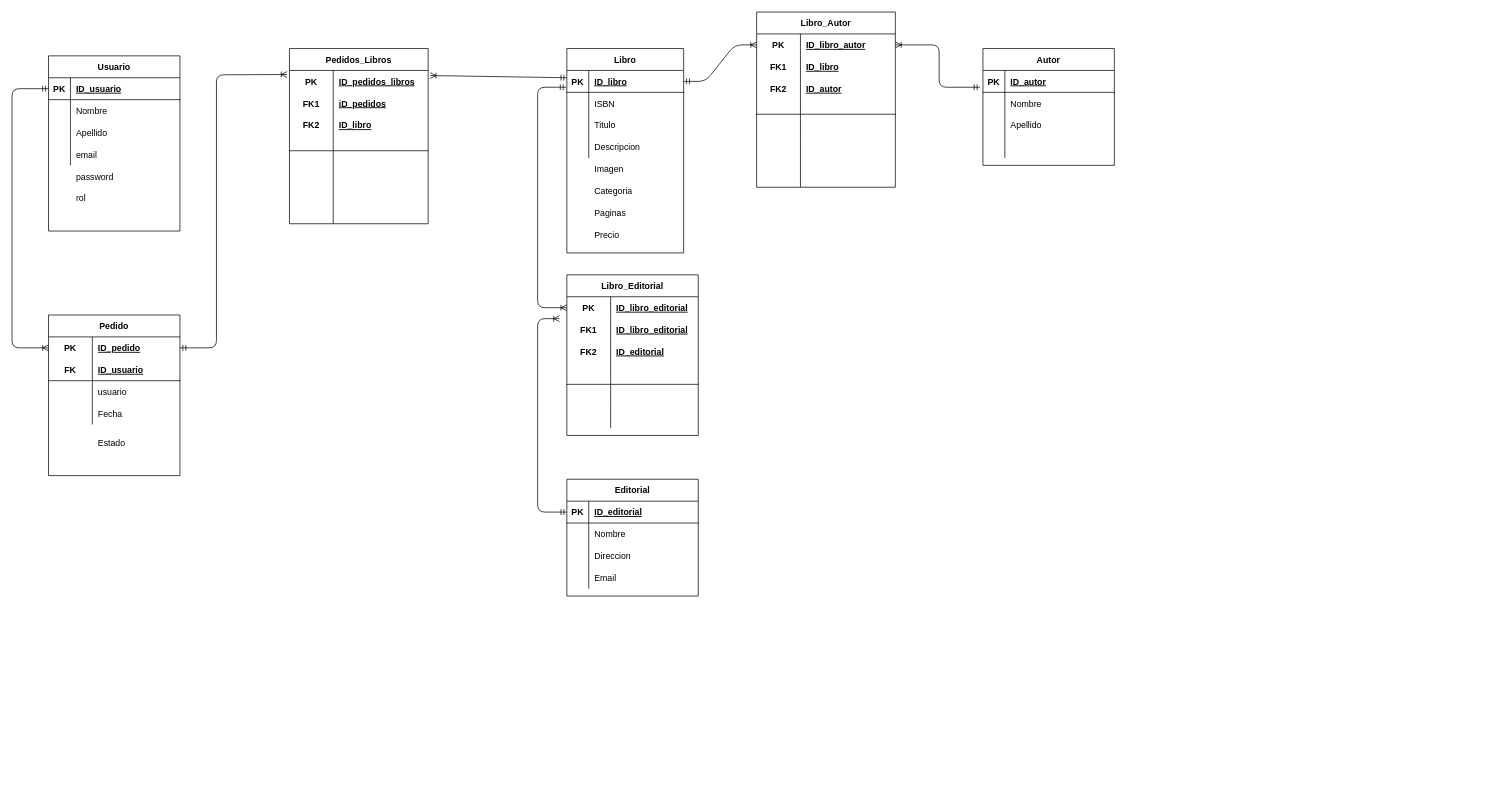
Earlier version of the draw.io diagram test.drawio (matiaspereyra123/libreria-osias). Source tidied: cells renumbered, new cells numbered last; positions are measured from the earlier drawing's top-left corner, leaving out a move shared by most shapes. Both pictures are drawn from the tidied source at 73%, with x=0, y=0 at pixel (12, 12).
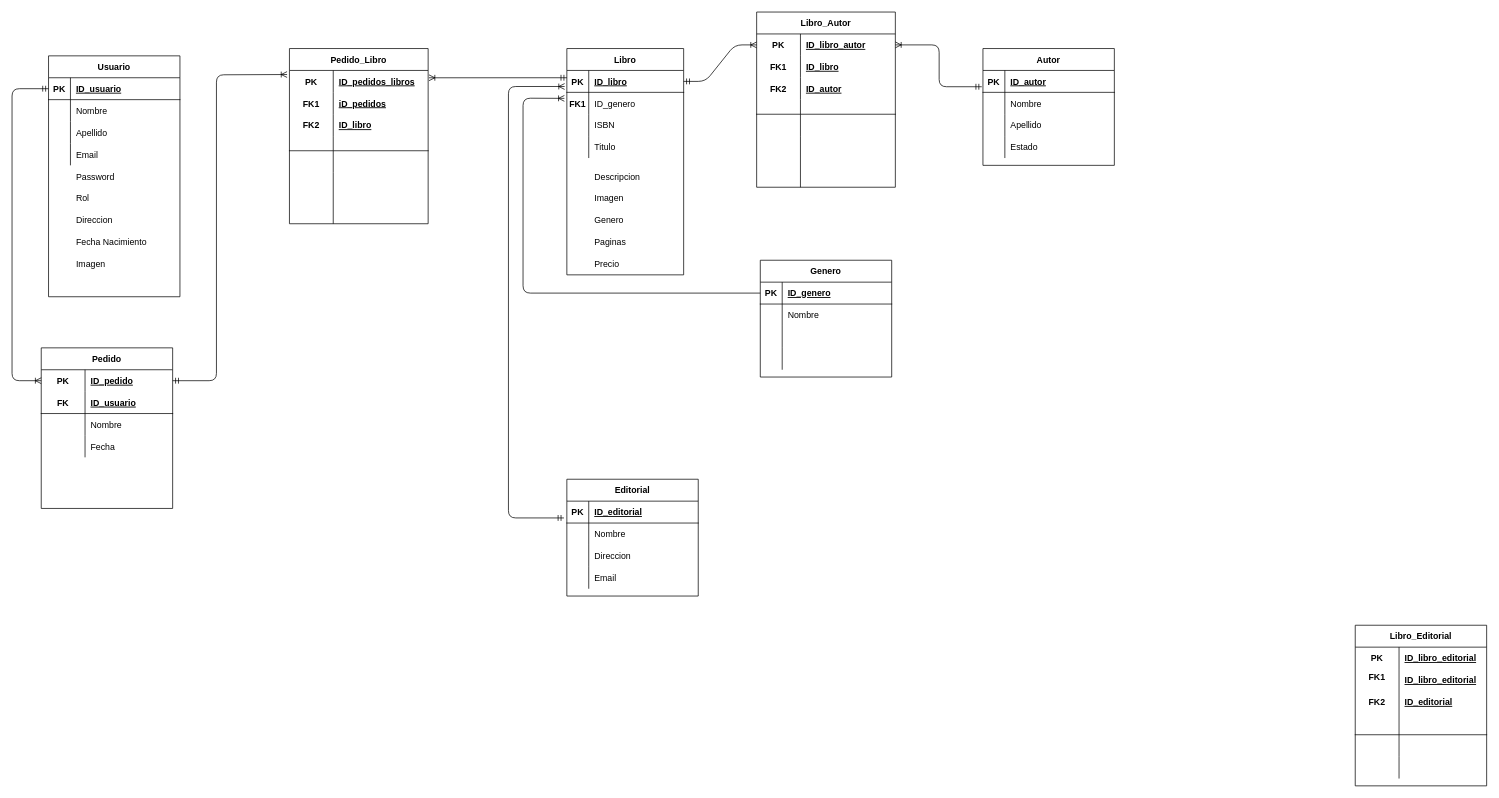
Above is the later version.

Commit message:
diagrama entidad relacion

The change refers to these unchanged cells:
```xml
<mxCell id="3" style="shape=partialRectangle;fillColor=none;top=0;left=0;bottom=1;right=0;points=[[0,0.5],[1,0.5]];portConstraint=eastwest;" parent="2" vertex="1">
  <mxGeometry y="30" width="160" height="30" as="geometry" />
</mxCell>
<mxCell id="6" style="shape=partialRectangle;fillColor=none;top=0;left=0;bottom=0;right=0;points=[[0,0.5],[1,0.5]];portConstraint=eastwest;" parent="2" vertex="1">
  <mxGeometry y="60" width="160" height="30" as="geometry" />
</mxCell>
<mxCell id="9" style="shape=partialRectangle;fillColor=none;top=0;left=0;bottom=0;right=0;" parent="2" vertex="1">
  <mxGeometry y="90" width="160" height="30" as="geometry" />
</mxCell>
<mxCell id="12" style="shape=partialRectangle;fillColor=none;top=0;left=0;bottom=0;right=0;" parent="2" vertex="1">
  <mxGeometry y="120" width="160" height="30" as="geometry" />
</mxCell>
<mxCell id="16" style="shape=partialRectangle;fillColor=none;top=0;left=0;bottom=1;right=0;points=[[0,0.5],[1,0.5]];portConstraint=eastwest;" parent="15" vertex="1">
  <mxGeometry y="30" width="180" height="30" as="geometry" />
</mxCell>
<mxCell id="25" style="shape=partialRectangle;fillColor=none;top=0;left=0;bottom=0;right=0;" parent="15" vertex="1">
  <mxGeometry y="120" width="180" height="30" as="geometry" />
</mxCell>
<mxCell id="29" style="shape=partialRectangle;fillColor=none;top=0;left=0;bottom=0;right=0;points=[[0,0.5],[1,0.5]];portConstraint=eastwest;" parent="28" vertex="1">
  <mxGeometry y="30" width="190" height="30" as="geometry" />
</mxCell>
<mxCell id="52" style="shape=partialRectangle;fillColor=none;top=0;left=0;bottom=1;right=0;points=[[0,0.5],[1,0.5]];portConstraint=eastwest;" parent="51" vertex="1">
  <mxGeometry y="30" width="180" height="30" as="geometry" />
</mxCell>
<mxCell id="66" style="shape=partialRectangle;fillColor=none;top=0;left=0;bottom=0;right=0;points=[[0,0.5],[1,0.5]];portConstraint=eastwest;" parent="65" vertex="1">
  <mxGeometry y="30" width="180" height="30" as="geometry" />
</mxCell>
<mxCell id="83" style="shape=partialRectangle;fillColor=none;top=0;left=0;bottom=1;right=0;points=[[0,0.5],[1,0.5]];portConstraint=eastwest;" parent="82" vertex="1">
  <mxGeometry y="30" width="180" height="30" as="geometry" />
</mxCell>
<mxCell id="92" style="shape=partialRectangle;fillColor=none;top=0;left=0;bottom=0;right=0;" parent="82" vertex="1">
  <mxGeometry y="120" width="180" height="30" as="geometry" />
</mxCell>
<mxCell id="95" style="shape=partialRectangle;fillColor=none;top=0;left=0;bottom=0;right=0;" parent="1" vertex="1">
  <mxGeometry x="50" y="210" width="180" height="30" as="geometry" />
</mxCell>
<mxCell id="98" style="shape=partialRectangle;fillColor=none;top=0;left=0;bottom=0;right=0;" parent="1" vertex="1">
  <mxGeometry x="50" y="240" width="180" height="30" as="geometry" />
</mxCell>
<mxCell id="102" style="shape=partialRectangle;fillColor=none;top=0;left=0;bottom=0;right=0;points=[[0,0.5],[1,0.5]];portConstraint=eastwest;" parent="101" vertex="1">
  <mxGeometry y="30" width="180" height="30" as="geometry" />
</mxCell>
<mxCell id="108" style="shape=partialRectangle;fillColor=none;top=0;left=0;bottom=0;right=0;" parent="101" vertex="1">
  <mxGeometry y="90" width="180" height="30" as="geometry" />
</mxCell>
<mxCell id="118" style="shape=partialRectangle;fillColor=none;top=0;left=0;bottom=0;right=0;points=[[0,0.5],[1,0.5]];portConstraint=eastwest;" parent="117" vertex="1">
  <mxGeometry y="30" width="190" height="30" as="geometry" />
</mxCell>
```

What changed in the source:
```diff
@@
     <mxCell id="2" value="Libro" style="shape=table;startSize=30;childLayout=tableLayout;rowLines=0;fontStyle=1;align=center;" parent="1" vertex="1">
-      <mxGeometry x="760" y="50" width="160" height="280" as="geometry" />
+      <mxGeometry x="760" y="50" width="160" height="310" as="geometry" />
     </mxCell>
@@
-    <mxCell id="8" value="ISBN" style="shape=partialRectangle;fillColor=none;top=0;left=0;bottom=0;right=0;align=left;spacingLeft=6;overflow=hidden;" parent="6" vertex="1">
+    <mxCell id="8" value="ID_genero" style="shape=partialRectangle;fillColor=none;top=0;left=0;bottom=0;right=0;align=left;spacingLeft=6;overflow=hidden;" parent="6" vertex="1">
       <mxGeometry x="30" width="130" height="30" as="geometry" />
     </mxCell>
@@
-    <mxCell id="11" value="Titulo" style="shape=partialRectangle;fillColor=none;top=0;left=0;bottom=0;right=0;align=left;spacingLeft=6;overflow=hidden;" parent="9" vertex="1">
+    <mxCell id="11" value="ISBN" style="shape=partialRectangle;fillColor=none;top=0;left=0;bottom=0;right=0;align=left;spacingLeft=6;overflow=hidden;" parent="9" vertex="1">
       <mxGeometry x="30" width="130" height="30" as="geometry" />
     </mxCell>
@@
-    <mxCell id="14" value="Descripcion" style="shape=partialRectangle;fillColor=none;top=0;left=0;bottom=0;right=0;align=left;spacingLeft=6;overflow=hidden;" parent="12" vertex="1">
+    <mxCell id="14" value="Titulo" style="shape=partialRectangle;fillColor=none;top=0;left=0;bottom=0;right=0;align=left;spacingLeft=6;overflow=hidden;" parent="12" vertex="1">
       <mxGeometry x="30" width="130" height="30" as="geometry" />
     </mxCell>
@@
-    <mxCell id="27" style="shape=partialRectangle;fillColor=none;top=0;left=0;bottom=0;right=0;align=left;spacingLeft=6;overflow=hidden;" parent="25" vertex="1">
+    <mxCell id="27" value="Estado" style="shape=partialRectangle;fillColor=none;top=0;left=0;bottom=0;right=0;align=left;spacingLeft=6;overflow=hidden;" parent="25" vertex="1">
       <mxGeometry x="30" width="150" height="30" as="geometry" />
     </mxCell>
@@
-    <mxCell id="48" style="edgeStyle=orthogonalEdgeStyle;fontSize=12;html=1;endArrow=ERoneToMany;startArrow=ERmandOne;entryX=1;entryY=0.5;entryDx=0;entryDy=0;exitX=-0.022;exitY=0.767;exitDx=0;exitDy=0;exitPerimeter=0;" parent="1" edge="1" source="16" target="29">
+    <mxCell id="48" style="edgeStyle=orthogonalEdgeStyle;fontSize=12;html=1;endArrow=ERoneToMany;startArrow=ERmandOne;entryX=1;entryY=0.5;entryDx=0;entryDy=0;exitX=-0.009;exitY=0.744;exitDx=0;exitDy=0;exitPerimeter=0;" parent="1" edge="1" source="16" target="29">
       <mxGeometry relative="1" as="geometry" />
     </mxCell>
     <mxCell id="49" value="Imagen" style="shape=partialRectangle;fillColor=none;top=0;left=0;bottom=0;right=0;align=left;spacingLeft=6;overflow=hidden;" parent="1" vertex="1">
-      <mxGeometry x="790" y="200" width="130" height="30" as="geometry" />
+      <mxGeometry x="790" y="240" width="130" height="30" as="geometry" />
     </mxCell>
-    <mxCell id="50" value="Categoria" style="shape=partialRectangle;fillColor=none;top=0;left=0;bottom=0;right=0;align=left;spacingLeft=6;overflow=hidden;" parent="1" vertex="1">
-      <mxGeometry x="790" y="230" width="130" height="30" as="geometry" />
+    <mxCell id="50" value="Genero" style="shape=partialRectangle;fillColor=none;top=0;left=0;bottom=0;right=0;align=left;spacingLeft=6;overflow=hidden;" parent="1" vertex="1">
+      <mxGeometry x="790" y="270" width="130" height="30" as="geometry" />
     </mxCell>
@@
     <mxCell id="64" value="Paginas" style="shape=partialRectangle;fillColor=none;top=0;left=0;bottom=0;right=0;align=left;spacingLeft=6;overflow=hidden;" parent="1" vertex="1">
-      <mxGeometry x="790" y="260" width="150" height="30" as="geometry" />
+      <mxGeometry x="790" y="300" width="150" height="30" as="geometry" />
     </mxCell>
     <mxCell id="65" value="Libro_Editorial" style="shape=table;startSize=30;childLayout=tableLayout;rowLines=0;fontStyle=1;align=center;" parent="1" vertex="1">
-      <mxGeometry x="760" y="360" width="180" height="220" as="geometry" />
+      <mxGeometry x="1840" y="840" width="180" height="220" as="geometry" />
     </mxCell>
@@
     <mxCell id="78" value="FK1" style="shape=partialRectangle;fillColor=none;top=0;left=0;bottom=0;right=0;fontStyle=1;overflow=hidden;" parent="1" vertex="1">
-      <mxGeometry x="760" y="420" width="60" height="30" as="geometry" />
+      <mxGeometry x="1840" y="895" width="60" height="30" as="geometry" />
     </mxCell>
     <mxCell id="79" value="ID_libro_editorial" style="shape=partialRectangle;fillColor=none;top=0;left=0;bottom=0;right=0;align=left;spacingLeft=6;fontStyle=5;overflow=hidden;" parent="1" vertex="1">
-      <mxGeometry x="820" y="420" width="120" height="30" as="geometry" />
+      <mxGeometry x="1900" y="900" width="120" height="30" as="geometry" />
     </mxCell>
-    <mxCell id="80" style="fontSize=12;html=1;endArrow=ERoneToMany;startArrow=ERmandOne;exitX=-0.006;exitY=0.767;exitDx=0;exitDy=0;exitPerimeter=0;entryX=0;entryY=0.5;entryDx=0;entryDy=0;" parent="1" edge="1" source="3" target="66">
-      <mxGeometry relative="1" as="geometry">
-        <Array as="points">
-          <mxPoint x="720" y="103" />
-          <mxPoint x="720" y="405" />
-        </Array>
-      </mxGeometry>
-    </mxCell>
-    <mxCell id="81" style="fontSize=12;html=1;endArrow=ERoneToMany;startArrow=ERmandOne;exitX=0;exitY=0.5;exitDx=0;exitDy=0;" parent="1" edge="1" source="52">
-      <mxGeometry relative="1" as="geometry">
-        <mxPoint x="750" y="420" as="targetPoint" />
-        <Array as="points">
-          <mxPoint x="720" y="685" />
-          <mxPoint x="720" y="420" />
-        </Array>
-      </mxGeometry>
-    </mxCell>
     <mxCell id="82" value="Usuario" style="shape=table;startSize=30;childLayout=tableLayout;rowLines=0;fontStyle=1;align=center;" parent="1" vertex="1">
-      <mxGeometry x="50" y="60" width="180" height="240" as="geometry" />
+      <mxGeometry x="50" y="60" width="180" height="330" as="geometry" />
     </mxCell>
@@
-    <mxCell id="94" value="email" style="shape=partialRectangle;fillColor=none;top=0;left=0;bottom=0;right=0;align=left;spacingLeft=6;overflow=hidden;" parent="92" vertex="1">
+    <mxCell id="94" value="Email" style="shape=partialRectangle;fillColor=none;top=0;left=0;bottom=0;right=0;align=left;spacingLeft=6;overflow=hidden;" parent="92" vertex="1">
       <mxGeometry x="30" width="150" height="30" as="geometry" />
     </mxCell>
@@
-    <mxCell id="97" value="password" style="shape=partialRectangle;fillColor=none;top=0;left=0;bottom=0;right=0;align=left;spacingLeft=6;overflow=hidden;" parent="95" vertex="1">
+    <mxCell id="97" value="Password" style="shape=partialRectangle;fillColor=none;top=0;left=0;bottom=0;right=0;align=left;spacingLeft=6;overflow=hidden;" parent="95" vertex="1">
       <mxGeometry x="30" width="150" height="30" as="geometry" />
     </mxCell>
@@
-    <mxCell id="100" value="rol" style="shape=partialRectangle;fillColor=none;top=0;left=0;bottom=0;right=0;align=left;spacingLeft=6;overflow=hidden;" parent="98" vertex="1">
+    <mxCell id="100" value="Rol" style="shape=partialRectangle;fillColor=none;top=0;left=0;bottom=0;right=0;align=left;spacingLeft=6;overflow=hidden;" parent="98" vertex="1">
       <mxGeometry x="30" width="150" height="30" as="geometry" />
     </mxCell>
     <mxCell id="101" value="Pedido" style="shape=table;startSize=30;childLayout=tableLayout;rowLines=0;fontStyle=1;align=center;" parent="1" vertex="1">
-      <mxGeometry x="50" y="415" width="180" height="220" as="geometry" />
+      <mxGeometry x="40" y="460" width="180" height="220" as="geometry" />
     </mxCell>
@@
-    <mxCell id="110" value="usuario" style="shape=partialRectangle;fillColor=none;top=0;left=0;bottom=0;right=0;align=left;spacingLeft=6;overflow=hidden;" parent="108" vertex="1">
+    <mxCell id="110" value="Nombre" style="shape=partialRectangle;fillColor=none;top=0;left=0;bottom=0;right=0;align=left;spacingLeft=6;overflow=hidden;" parent="108" vertex="1">
       <mxGeometry x="60" width="120" height="30" as="geometry" />
     </mxCell>
@@
     <mxCell id="114" style="fontSize=12;html=1;endArrow=ERoneToMany;startArrow=ERmandOne;entryX=0;entryY=0.5;entryDx=0;entryDy=0;exitX=0;exitY=0.5;exitDx=0;exitDy=0;" parent="1" edge="1" source="83" target="102">
       <mxGeometry relative="1" as="geometry">
         <Array as="points">
           <mxPoint y="105" />
-          <mxPoint y="460" />
+          <mxPoint y="505" />
         </Array>
       </mxGeometry>
     </mxCell>
     <mxCell id="115" value="Precio" style="shape=partialRectangle;fillColor=none;top=0;left=0;bottom=0;right=0;align=left;spacingLeft=6;overflow=hidden;" parent="1" vertex="1">
-      <mxGeometry x="790" y="290" width="150" height="30" as="geometry" />
+      <mxGeometry x="790" y="330" width="150" height="30" as="geometry" />
     </mxCell>
-    <mxCell id="116" value="Estado" style="shape=partialRectangle;fillColor=none;top=0;left=0;bottom=0;right=0;align=left;spacingLeft=6;overflow=hidden;" parent="1" vertex="1">
-      <mxGeometry x="110" y="575" width="120" height="30" as="geometry" />
-    </mxCell>
-    <mxCell id="117" value="Pedidos_Libros" style="shape=table;startSize=30;childLayout=tableLayout;rowLines=0;fontStyle=1;align=center;" parent="1" vertex="1">
+    <mxCell id="117" value="Pedido_Libro" style="shape=table;startSize=30;childLayout=tableLayout;rowLines=0;fontStyle=1;align=center;" parent="1" vertex="1">
       <mxGeometry x="380" y="50" width="190" height="240" as="geometry" />
     </mxCell>
@@
-    <mxCell id="136" style="fontSize=12;html=1;endArrow=ERoneToMany;startArrow=ERmandOne;entryX=1.014;entryY=0.233;entryDx=0;entryDy=0;entryPerimeter=0;" parent="1" edge="1" target="118">
+    <mxCell id="136" style="fontSize=12;html=1;endArrow=ERoneToMany;startArrow=ERmandOne;entryX=1.006;entryY=0.335;entryDx=0;entryDy=0;entryPerimeter=0;" parent="1" edge="1" target="118">
       <mxGeometry relative="1" as="geometry">
         <mxPoint x="760" y="90" as="sourcePoint" />
       </mxGeometry>
     </mxCell>
     <mxCell id="137" style="fontSize=12;html=1;endArrow=ERoneToMany;startArrow=ERmandOne;exitX=1;exitY=0.5;exitDx=0;exitDy=0;entryX=-0.017;entryY=0.186;entryDx=0;entryDy=0;entryPerimeter=0;" parent="1" edge="1" source="102" target="118">
       <mxGeometry relative="1" as="geometry">
         <Array as="points">
-          <mxPoint x="280" y="460" />
+          <mxPoint x="280" y="505" />
           <mxPoint x="280" y="86" />
         </Array>
       </mxGeometry>
     </mxCell>
+    <mxCell id="138" value="Direccion" style="shape=partialRectangle;fillColor=none;top=0;left=0;bottom=0;right=0;align=left;spacingLeft=6;overflow=hidden;" parent="1" vertex="1">
+      <mxGeometry x="80" y="270" width="150" height="30" as="geometry" />
+    </mxCell>
+    <mxCell id="139" style="fontSize=12;html=1;endArrow=ERoneToMany;startArrow=ERmandOne;exitX=-0.022;exitY=0.767;exitDx=0;exitDy=0;exitPerimeter=0;entryX=-0.019;entryY=0.733;entryDx=0;entryDy=0;entryPerimeter=0;" parent="1" edge="1" source="52" target="3">
+      <mxGeometry relative="1" as="geometry">
+        <Array as="points">
+          <mxPoint x="680" y="693" />
+          <mxPoint x="680" y="102" />
+        </Array>
+      </mxGeometry>
+    </mxCell>
+    <mxCell id="140" value="Fecha Nacimiento" style="shape=partialRectangle;fillColor=none;top=0;left=0;bottom=0;right=0;align=left;spacingLeft=6;overflow=hidden;" parent="1" vertex="1">
+      <mxGeometry x="80" y="300" width="150" height="30" as="geometry" />
+    </mxCell>
+    <mxCell id="141" value="Imagen" style="shape=partialRectangle;fillColor=none;top=0;left=0;bottom=0;right=0;align=left;spacingLeft=6;overflow=hidden;" parent="1" vertex="1">
+      <mxGeometry x="80" y="330" width="150" height="30" as="geometry" />
+    </mxCell>
+    <mxCell id="142" value="Genero" style="shape=table;startSize=30;childLayout=tableLayout;rowLines=0;fontStyle=1;align=center;" parent="1" vertex="1">
+      <mxGeometry x="1025" y="340" width="180" height="160" as="geometry" />
+    </mxCell>
+    <mxCell id="143" style="shape=partialRectangle;fillColor=none;top=0;left=0;bottom=1;right=0;points=[[0,0.5],[1,0.5]];portConstraint=eastwest;" parent="142" vertex="1">
+      <mxGeometry y="30" width="180" height="30" as="geometry" />
+    </mxCell>
+    <mxCell id="144" value="PK" style="shape=partialRectangle;fillColor=none;top=0;left=0;bottom=0;right=0;fontStyle=1;overflow=hidden;" parent="143" vertex="1">
+      <mxGeometry width="30" height="30" as="geometry" />
+    </mxCell>
+    <mxCell id="145" value="ID_genero" style="shape=partialRectangle;fillColor=none;top=0;left=0;bottom=0;right=0;align=left;spacingLeft=6;fontStyle=5;overflow=hidden;" parent="143" vertex="1">
+      <mxGeometry x="30" width="150" height="30" as="geometry" />
+    </mxCell>
+    <mxCell id="146" style="shape=partialRectangle;fillColor=none;top=0;left=0;bottom=0;right=0;" parent="142" vertex="1">
+      <mxGeometry y="60" width="180" height="30" as="geometry" />
+    </mxCell>
+    <mxCell id="147" style="shape=partialRectangle;fillColor=none;top=0;left=0;bottom=0;right=0;overflow=hidden;" parent="146" vertex="1">
+      <mxGeometry width="30" height="30" as="geometry" />
+    </mxCell>
+    <mxCell id="148" value="Nombre" style="shape=partialRectangle;fillColor=none;top=0;left=0;bottom=0;right=0;align=left;spacingLeft=6;overflow=hidden;" parent="146" vertex="1">
+      <mxGeometry x="30" width="150" height="30" as="geometry" />
+    </mxCell>
+    <mxCell id="149" style="shape=partialRectangle;fillColor=none;top=0;left=0;bottom=0;right=0;" parent="142" vertex="1">
+      <mxGeometry y="90" width="180" height="30" as="geometry" />
+    </mxCell>
+    <mxCell id="150" style="shape=partialRectangle;fillColor=none;top=0;left=0;bottom=0;right=0;overflow=hidden;" parent="149" vertex="1">
+      <mxGeometry width="30" height="30" as="geometry" />
+    </mxCell>
+    <mxCell id="151" style="shape=partialRectangle;fillColor=none;top=0;left=0;bottom=0;right=0;align=left;spacingLeft=6;overflow=hidden;" parent="149" vertex="1">
+      <mxGeometry x="30" width="150" height="30" as="geometry" />
+    </mxCell>
+    <mxCell id="152" style="shape=partialRectangle;fillColor=none;top=0;left=0;bottom=0;right=0;" parent="142" vertex="1">
+      <mxGeometry y="120" width="180" height="30" as="geometry" />
+    </mxCell>
+    <mxCell id="153" style="shape=partialRectangle;fillColor=none;top=0;left=0;bottom=0;right=0;overflow=hidden;" parent="152" vertex="1">
+      <mxGeometry width="30" height="30" as="geometry" />
+    </mxCell>
+    <mxCell id="154" style="shape=partialRectangle;fillColor=none;top=0;left=0;bottom=0;right=0;align=left;spacingLeft=6;overflow=hidden;" parent="152" vertex="1">
+      <mxGeometry x="30" width="150" height="30" as="geometry" />
+    </mxCell>
+    <mxCell id="155" style="fontSize=12;html=1;endArrow=ERoneToMany;exitX=0;exitY=0.5;exitDx=0;exitDy=0;entryX=-0.021;entryY=0.275;entryDx=0;entryDy=0;entryPerimeter=0;" parent="1" edge="1" source="143" target="6">
+      <mxGeometry relative="1" as="geometry">
+        <Array as="points">
+          <mxPoint x="700" y="385" />
+          <mxPoint x="700" y="118" />
+        </Array>
+      </mxGeometry>
+    </mxCell>
+    <mxCell id="156" value="Descripcion" style="shape=partialRectangle;fillColor=none;top=0;left=0;bottom=0;right=0;align=left;spacingLeft=6;overflow=hidden;" parent="1" vertex="1">
+      <mxGeometry x="790" y="210" width="130" height="30" as="geometry" />
+    </mxCell>
+    <mxCell id="157" value="FK1" style="shape=partialRectangle;fillColor=none;top=0;left=0;bottom=0;right=0;fontStyle=1;overflow=hidden;" parent="1" vertex="1">
+      <mxGeometry x="760" y="110" width="30" height="30" as="geometry" />
+    </mxCell>
```
